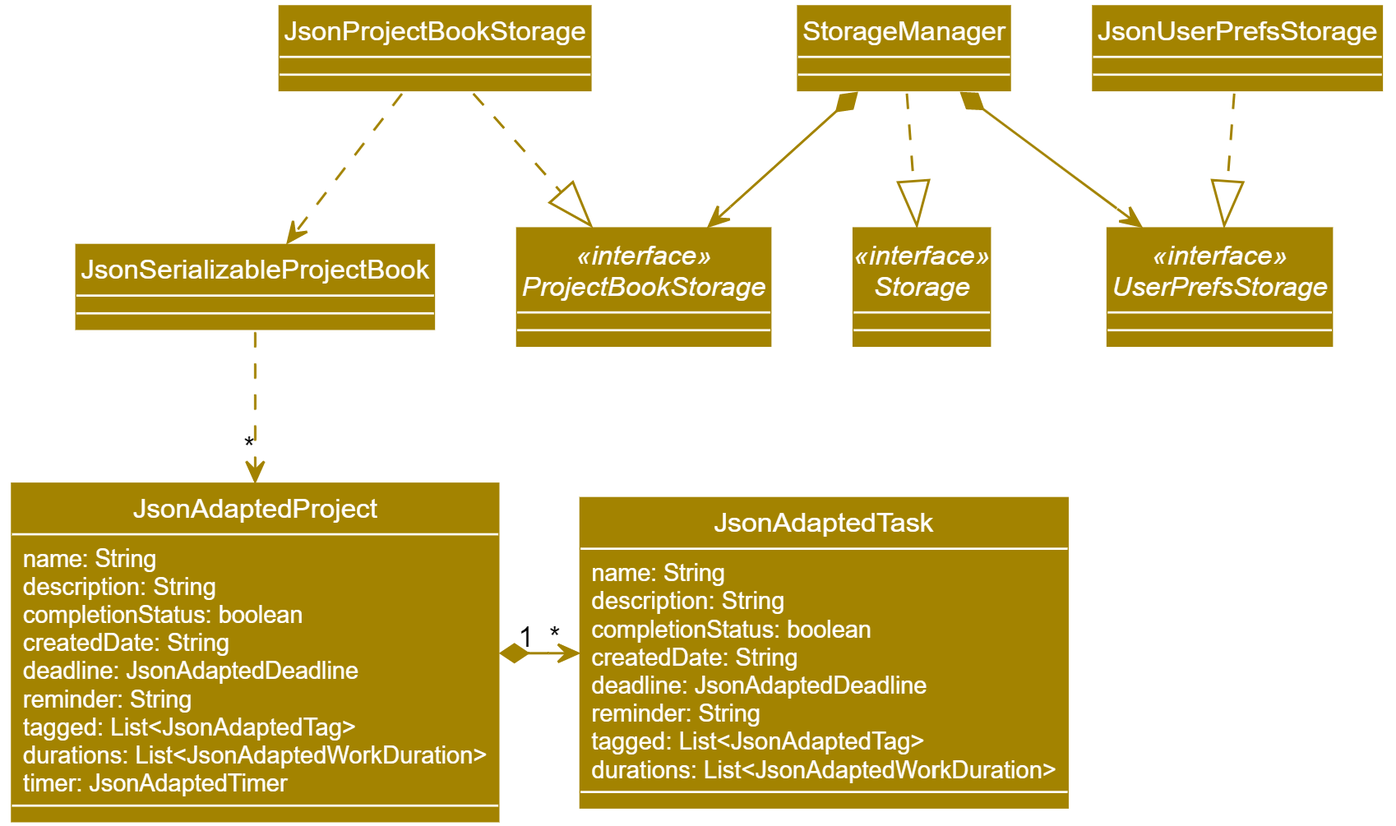
Before: docs/images/StorageClassDiagram.png, a diagram exported from PlantUML (pr4aveen/tp). Its source is kept beside it as docs/diagrams/StorageClassDiagram.puml.
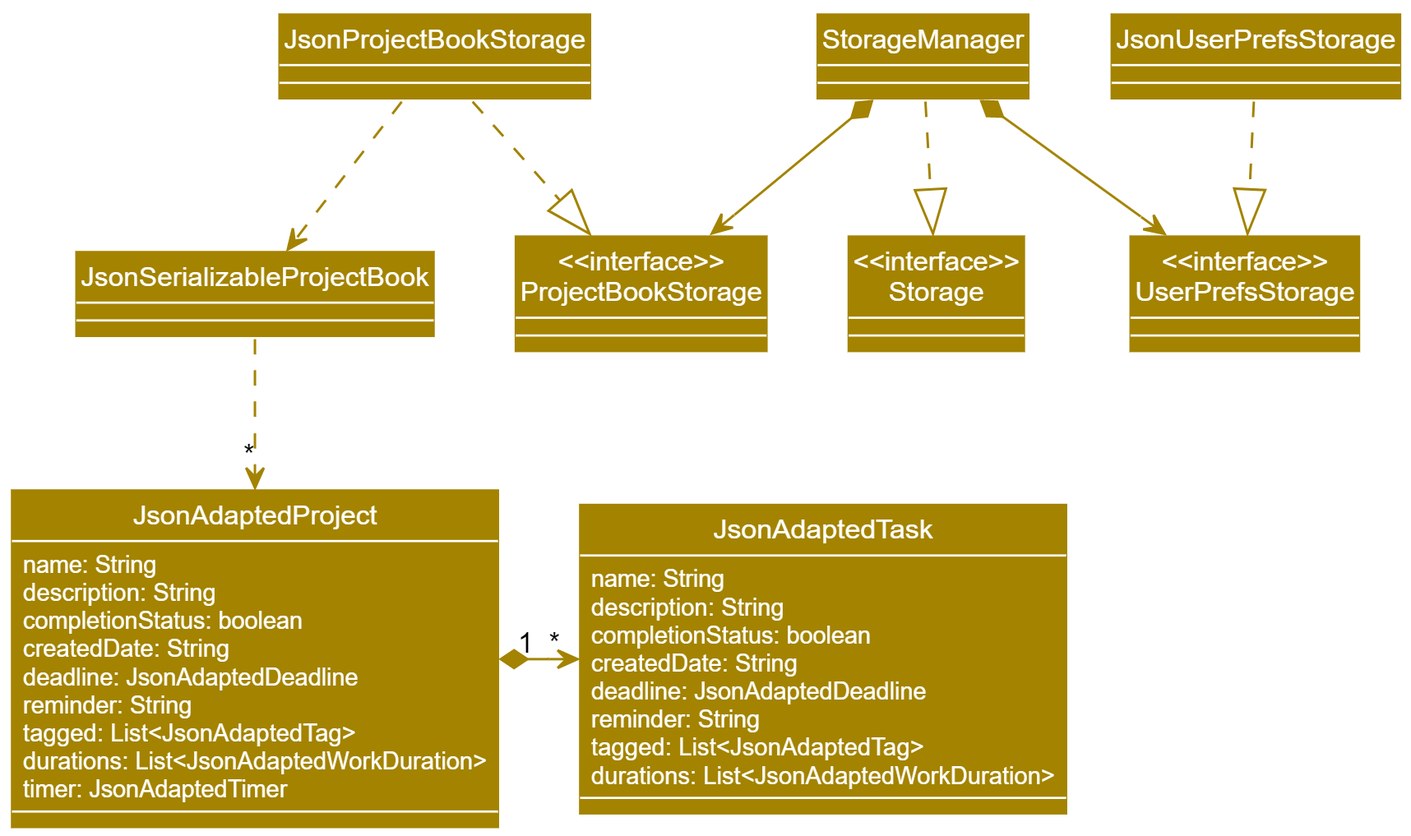
The same diagram one commit later.

What changed in the source:
```diff
@@ -4,9 +4,9 @@
 skinparam arrowColor STORAGE_COLOR
 skinparam classBackgroundColor STORAGE_COLOR
 
-interface Storage <<interface>>
-interface UserPrefsStorage <<interface>>
-interface ProjectBookStorage <<interface>>
+class "<<interface>>\nStorage" as Storage
+class "<<interface>>\nUserPrefsStorage" as UserPrefsStorage
+class "<<interface>>\nProjectBookStorage" as ProjectBookStorage
 
 class StorageManager
 class JsonUserPrefsStorage
```
